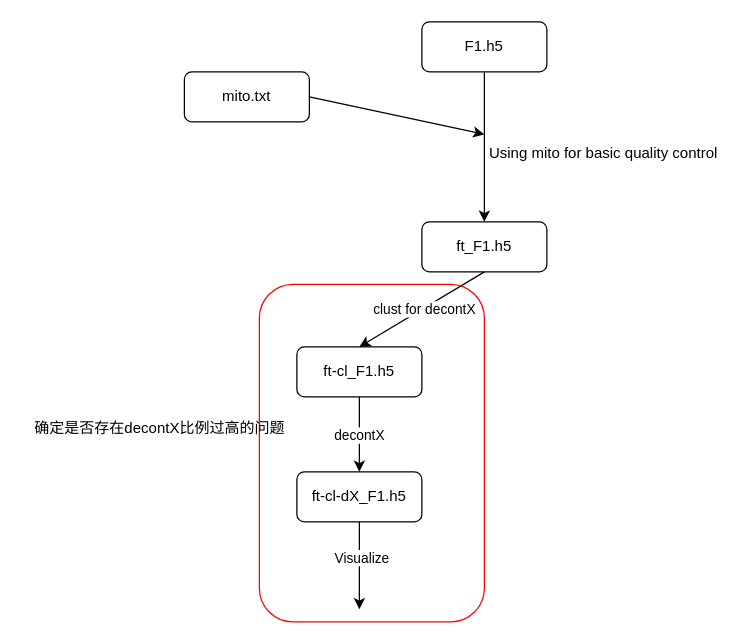
Earlier version of the draw.io diagram .structure/structure.drawio (zliu90693/downstream_analysis). Source tidied: cells renumbered, new cells numbered last; positions are measured from the earlier drawing's top-left corner, leaving out a move shared by most shapes. Both pictures are drawn from the tidied source at 125%, with x=0, y=0 at pixel (21, 21).
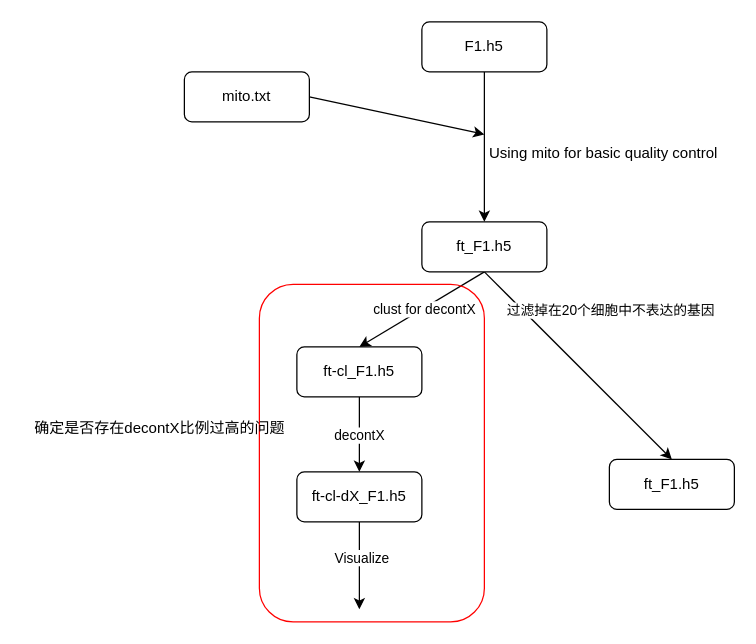
The same page after the edit.

Unchanged cells that the change refers to:
```xml
<mxCell id="6" value="ft_F1.h5" style="rounded=1;whiteSpace=wrap;html=1;" parent="1" vertex="1">
  <mxGeometry x="320" y="160" width="100" height="40" as="geometry" />
</mxCell>
```

Diff of the diagram source:
```diff
@@
+    <mxCell id="18" style="edgeStyle=none;html=1;exitX=0.5;exitY=1;exitDx=0;exitDy=0;entryX=0.5;entryY=0;entryDx=0;entryDy=0;" parent="1" edge="1" source="6" target="20">
+      <mxGeometry relative="1" as="geometry" />
+    </mxCell>
+    <mxCell id="19" value="过滤掉在20个细胞中不表达的基因" style="edgeLabel;html=1;align=center;verticalAlign=middle;" parent="18" vertex="1">
+      <mxGeometry x="-0.61" y="-2" relative="1" as="geometry">
+        <mxPoint x="73" as="offset" />
+      </mxGeometry>
+    </mxCell>
@@
+    <mxCell id="20" value="ft_F1.h5" style="rounded=1;whiteSpace=wrap;html=1;" parent="1" vertex="1">
+      <mxGeometry x="470" y="350" width="100" height="40" as="geometry" />
+    </mxCell>
```
